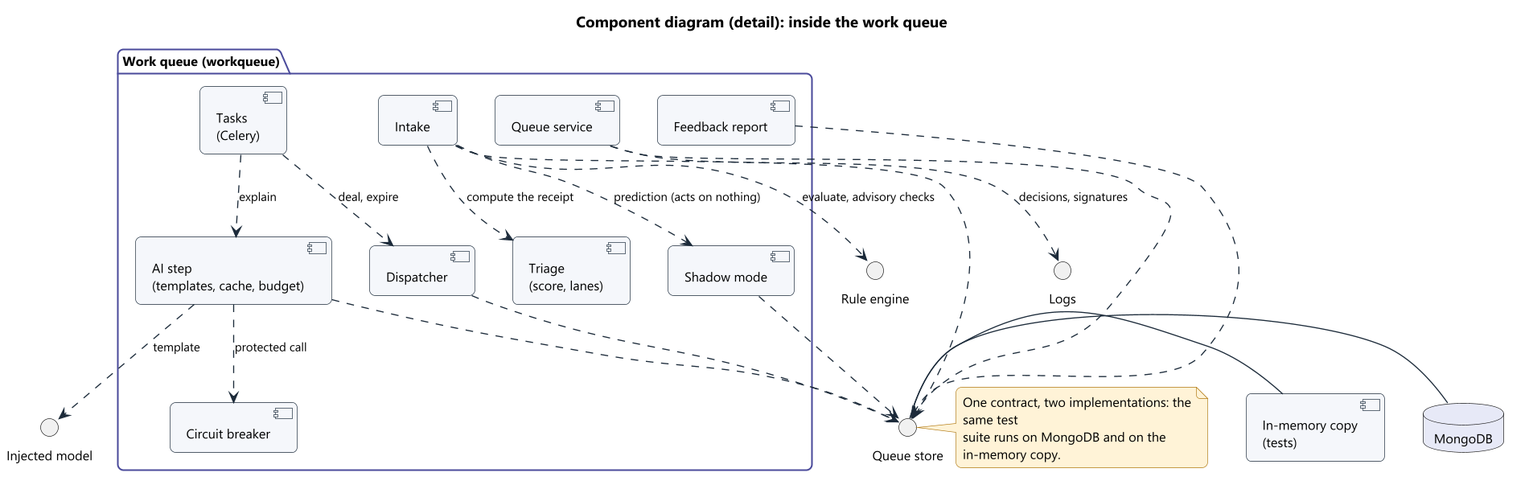
The PlantUML diagram docs/figures/uml/en/09b_components_queue.png in PublisherX02/Claim_Guard, before a commit.
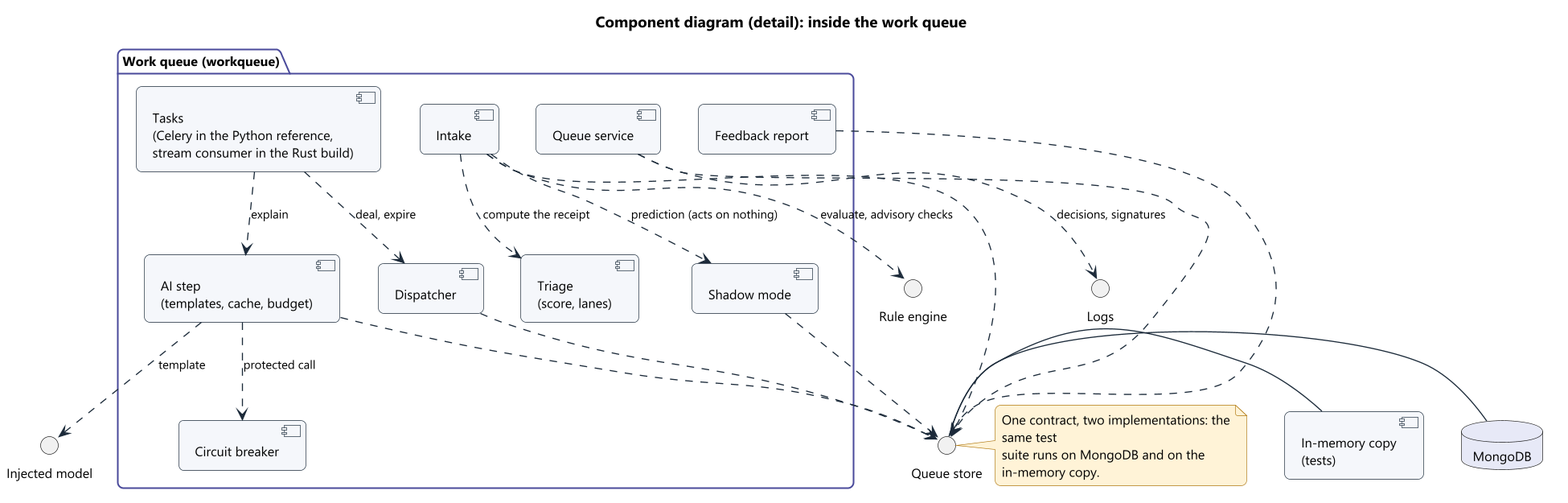
After the change.

What changed in the source:
```diff
@@ -5,7 +5,7 @@
 package "Work queue (workqueue)" {
   component "Intake" as INT
   component "Triage\n(score, lanes)" as TRI
-  component "Tasks\n(Celery)" as TSK
+  component "Tasks\n(Celery in the Python reference,\nstream consumer in the Rust build)" as TSK
   component "AI step\n(templates, cache, budget)" as EXP
   component "Circuit breaker" as BRK
   component "Dispatcher" as DIS
```
